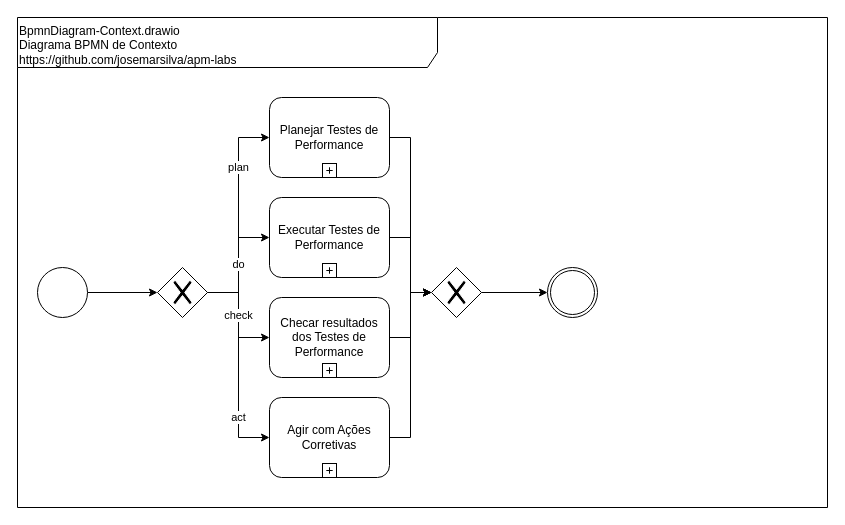
This is doc/BpmnDiagram-Context.drawio from josemarsilva/apm-labs, a draw.io file, before an edit. Source tidied: cells renumbered, new cells numbered last; positions are measured from the earlier drawing's top-left corner, leaving out a move shared by most shapes. Both pictures are drawn from the tidied source at 100%, with x=0, y=0 at pixel (17, 17).
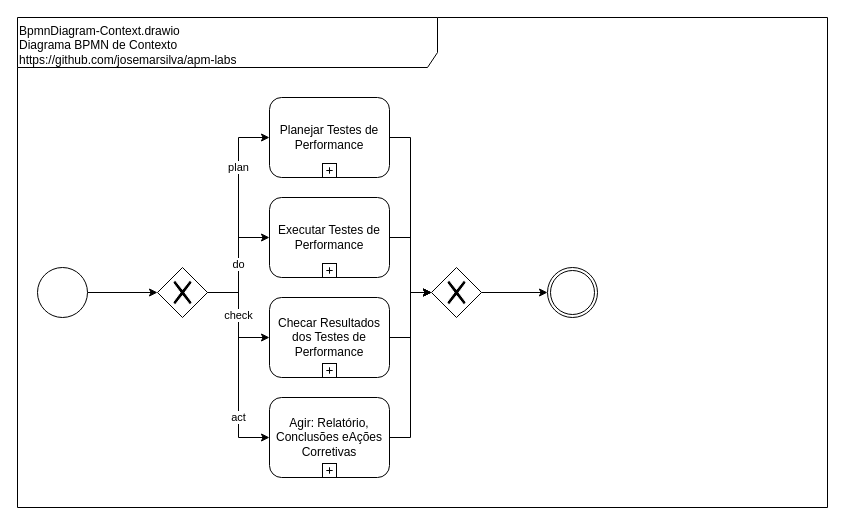
The same page after the edit.

Change to the diagram source:
```diff
@@
-    <mxCell id="16" value="Checar resultados dos Testes de Performance" style="html=1;whiteSpace=wrap;rounded=1;align=center;" parent="1" vertex="1">
+    <mxCell id="16" value="Checar Resultados dos Testes de Performance" style="html=1;whiteSpace=wrap;rounded=1;align=center;" parent="1" vertex="1">
       <mxGeometry x="252" y="280" width="120" height="80" as="geometry" />
     </mxCell>
@@
-    <mxCell id="21" value="Agir com Ações Corretivas" style="html=1;whiteSpace=wrap;rounded=1;align=center;" parent="1" vertex="1">
+    <mxCell id="21" value="Agir: Relatório, Conclusões eAções Corretivas" style="html=1;whiteSpace=wrap;rounded=1;align=center;" parent="1" vertex="1">
       <mxGeometry x="252" y="380" width="120" height="80" as="geometry" />
     </mxCell>
```
